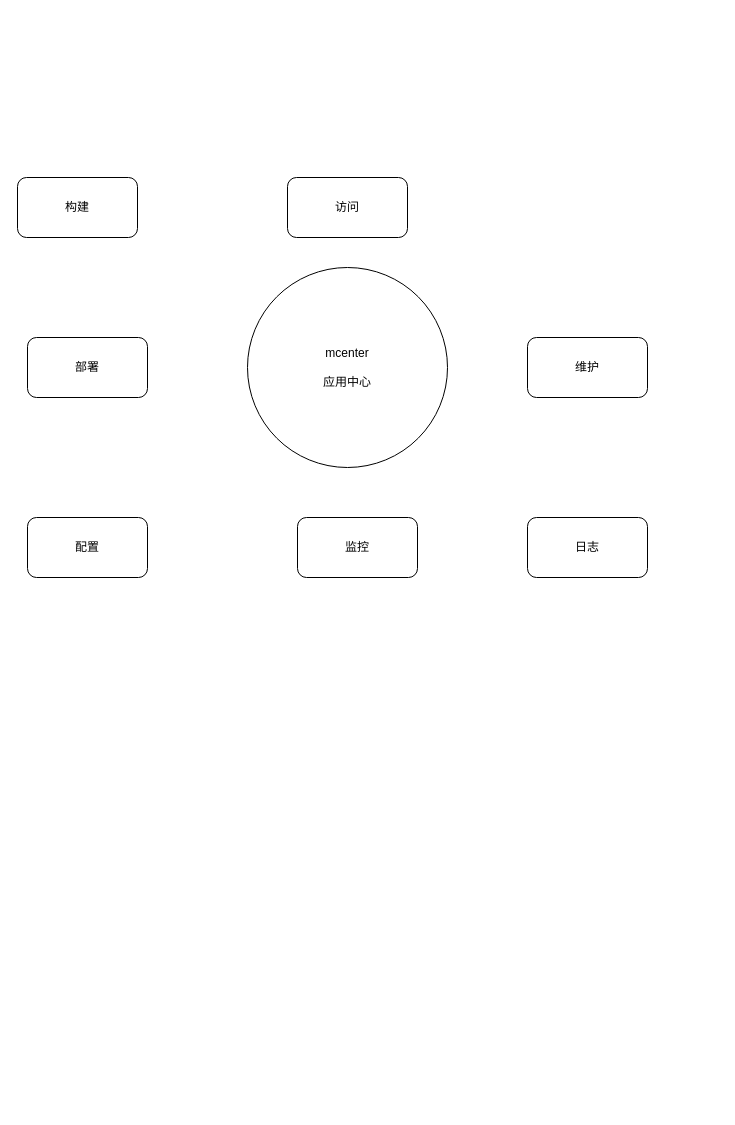
The draw.io diagram docs/design.drawio in infraboard/mpaas, before the edit. Source tidied: cells renumbered, new cells numbered last; positions are measured from the earlier drawing's top-left corner, leaving out a move shared by most shapes. Both pictures are drawn from the tidied source at 100%, with x=0, y=0 at pixel (17, 177).
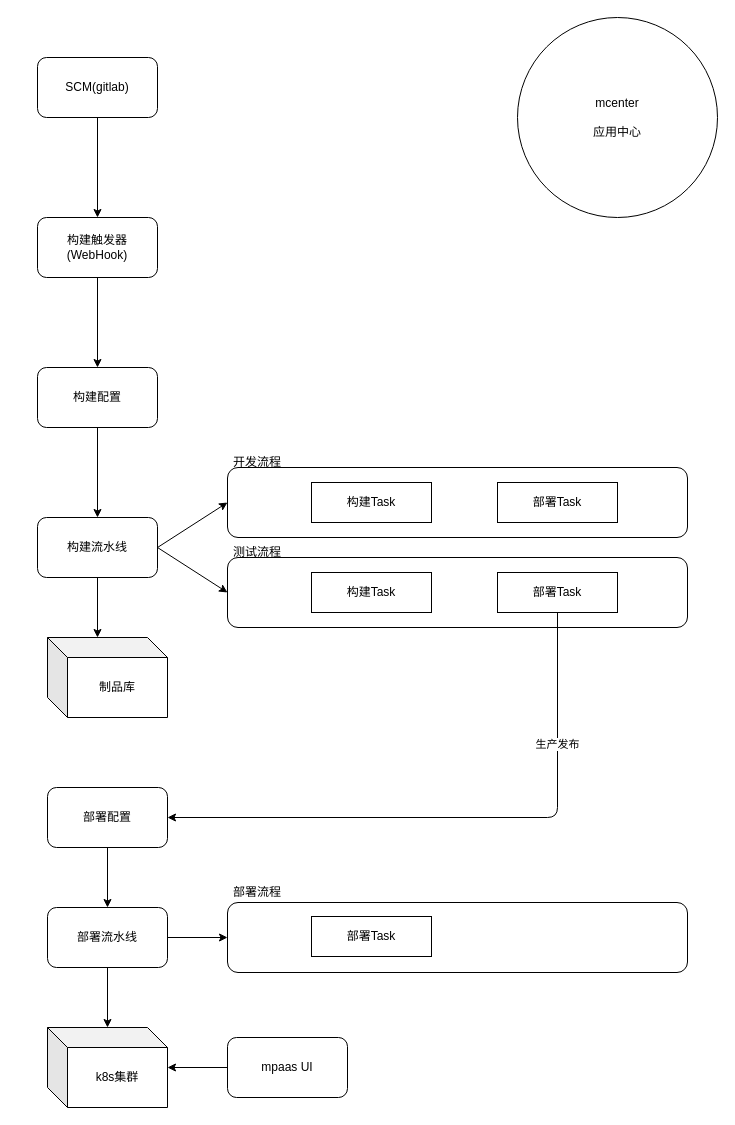
Above is the later version.

Diff of the diagram source:
```diff
@@
     <mxCell id="2" value="mcenter&lt;br&gt;&lt;br&gt;应用中心" style="ellipse;whiteSpace=wrap;html=1;" parent="1" vertex="1">
-      <mxGeometry x="230" y="90" width="200" height="200" as="geometry" />
+      <mxGeometry x="500" y="-160" width="200" height="200" as="geometry" />
     </mxCell>
-    <mxCell id="3" value="部署" style="rounded=1;whiteSpace=wrap;html=1;" parent="1" vertex="1">
-      <mxGeometry x="10" y="160" width="120" height="60" as="geometry" />
-    </mxCell>
+    <mxCell id="10" style="edgeStyle=none;html=1;exitX=0.5;exitY=1;exitDx=0;exitDy=0;entryX=0.5;entryY=0;entryDx=0;entryDy=0;" parent="1" edge="1" source="4" target="5">
+      <mxGeometry relative="1" as="geometry" />
+    </mxCell>
-    <mxCell id="4" value="配置" style="rounded=1;whiteSpace=wrap;html=1;" parent="1" vertex="1">
-      <mxGeometry x="10" y="340" width="120" height="60" as="geometry" />
+    <mxCell id="4" value="构建触发器(WebHook)" style="rounded=1;whiteSpace=wrap;html=1;" parent="1" vertex="1">
+      <mxGeometry x="20" y="40" width="120" height="60" as="geometry" />
     </mxCell>
+    <mxCell id="11" style="edgeStyle=orthogonalEdgeStyle;html=1;exitX=0.5;exitY=1;exitDx=0;exitDy=0;" parent="1" edge="1" source="5" target="15">
+      <mxGeometry relative="1" as="geometry" />
+    </mxCell>
-    <mxCell id="5" value="构建" style="rounded=1;whiteSpace=wrap;html=1;" parent="1" vertex="1">
-      <mxGeometry width="120" height="60" as="geometry" />
+    <mxCell id="5" value="构建配置" style="rounded=1;whiteSpace=wrap;html=1;" parent="1" vertex="1">
+      <mxGeometry x="20" y="190" width="120" height="60" as="geometry" />
     </mxCell>
-    <mxCell id="6" value="监控" style="rounded=1;whiteSpace=wrap;html=1;" parent="1" vertex="1">
-      <mxGeometry x="280" y="340" width="120" height="60" as="geometry" />
-    </mxCell>
+    <mxCell id="9" style="edgeStyle=none;html=1;exitX=0.5;exitY=1;exitDx=0;exitDy=0;entryX=0.5;entryY=0;entryDx=0;entryDy=0;" parent="1" edge="1" source="7" target="4">
+      <mxGeometry relative="1" as="geometry" />
+    </mxCell>
-    <mxCell id="7" value="访问" style="rounded=1;whiteSpace=wrap;html=1;" parent="1" vertex="1">
-      <mxGeometry x="270" width="120" height="60" as="geometry" />
+    <mxCell id="7" value="SCM(gitlab)" style="rounded=1;whiteSpace=wrap;html=1;" parent="1" vertex="1">
+      <mxGeometry x="20" y="-120" width="120" height="60" as="geometry" />
     </mxCell>
-    <mxCell id="8" value="日志" style="rounded=1;whiteSpace=wrap;html=1;" parent="1" vertex="1">
-      <mxGeometry x="510" y="340" width="120" height="60" as="geometry" />
-    </mxCell>
-    <mxCell id="9" value="维护" style="rounded=1;whiteSpace=wrap;html=1;" parent="1" vertex="1">
-      <mxGeometry x="510" y="160" width="120" height="60" as="geometry" />
-    </mxCell>
+    <mxCell id="12" style="edgeStyle=orthogonalEdgeStyle;html=1;exitX=0.5;exitY=1;exitDx=0;exitDy=0;entryX=0;entryY=0;entryDx=50;entryDy=0;entryPerimeter=0;" parent="1" edge="1" source="15" target="26">
+      <mxGeometry relative="1" as="geometry" />
+    </mxCell>
+    <mxCell id="13" style="edgeStyle=none;html=1;exitX=1;exitY=0.5;exitDx=0;exitDy=0;entryX=0;entryY=0.5;entryDx=0;entryDy=0;" parent="1" edge="1" source="15" target="16">
+      <mxGeometry relative="1" as="geometry" />
+    </mxCell>
+    <mxCell id="14" style="edgeStyle=none;html=1;exitX=1;exitY=0.5;exitDx=0;exitDy=0;entryX=0;entryY=0.5;entryDx=0;entryDy=0;" parent="1" edge="1" source="15" target="19">
+      <mxGeometry relative="1" as="geometry" />
+    </mxCell>
+    <mxCell id="15" value="构建流水线" style="rounded=1;whiteSpace=wrap;html=1;" parent="1" vertex="1">
+      <mxGeometry x="20" y="340" width="120" height="60" as="geometry" />
+    </mxCell>
+    <mxCell id="16" style="rounded=1;whiteSpace=wrap;html=1;" parent="1" vertex="1">
+      <mxGeometry x="210" y="290" width="460" height="70" as="geometry" />
+    </mxCell>
+    <mxCell id="17" value="构建Task" style="rounded=0;whiteSpace=wrap;html=1;" parent="1" vertex="1">
+      <mxGeometry x="294" y="305" width="120" height="40" as="geometry" />
+    </mxCell>
+    <mxCell id="18" value="部署Task" style="rounded=0;whiteSpace=wrap;html=1;" parent="1" vertex="1">
+      <mxGeometry x="480" y="305" width="120" height="40" as="geometry" />
+    </mxCell>
+    <mxCell id="19" style="rounded=1;whiteSpace=wrap;html=1;" parent="1" vertex="1">
+      <mxGeometry x="210" y="380" width="460" height="70" as="geometry" />
+    </mxCell>
+    <mxCell id="20" value="构建Task" style="rounded=0;whiteSpace=wrap;html=1;" parent="1" vertex="1">
+      <mxGeometry x="294" y="395" width="120" height="40" as="geometry" />
+    </mxCell>
+    <mxCell id="21" style="edgeStyle=orthogonalEdgeStyle;html=1;exitX=0.5;exitY=1;exitDx=0;exitDy=0;entryX=1;entryY=0.5;entryDx=0;entryDy=0;" parent="1" edge="1" source="23" target="28">
+      <mxGeometry relative="1" as="geometry" />
+    </mxCell>
+    <mxCell id="22" value="生产发布" style="edgeLabel;html=1;align=center;verticalAlign=middle;" parent="21" vertex="1">
+      <mxGeometry x="-0.56" y="-1" relative="1" as="geometry" />
+    </mxCell>
+    <mxCell id="23" value="部署Task" style="rounded=0;whiteSpace=wrap;html=1;" parent="1" vertex="1">
+      <mxGeometry x="480" y="395" width="120" height="40" as="geometry" />
+    </mxCell>
+    <mxCell id="24" value="开发流程" style="text;html=1;strokeColor=none;fillColor=none;align=center;verticalAlign=middle;whiteSpace=wrap;rounded=0;" parent="1" vertex="1">
+      <mxGeometry x="210" y="270" width="60" height="30" as="geometry" />
+    </mxCell>
+    <mxCell id="25" value="测试流程" style="text;html=1;strokeColor=none;fillColor=none;align=center;verticalAlign=middle;whiteSpace=wrap;rounded=0;" parent="1" vertex="1">
+      <mxGeometry x="210" y="360" width="60" height="30" as="geometry" />
+    </mxCell>
+    <mxCell id="26" value="制品库" style="shape=cube;whiteSpace=wrap;html=1;boundedLbl=1;backgroundOutline=1;darkOpacity=0.05;darkOpacity2=0.1;" parent="1" vertex="1">
+      <mxGeometry x="30" y="460" width="120" height="80" as="geometry" />
+    </mxCell>
+    <mxCell id="27" style="edgeStyle=none;html=1;exitX=0.5;exitY=1;exitDx=0;exitDy=0;entryX=0.5;entryY=0;entryDx=0;entryDy=0;" parent="1" edge="1" source="28" target="31">
+      <mxGeometry relative="1" as="geometry" />
+    </mxCell>
+    <mxCell id="28" value="部署配置" style="rounded=1;whiteSpace=wrap;html=1;" parent="1" vertex="1">
+      <mxGeometry x="30" y="610" width="120" height="60" as="geometry" />
+    </mxCell>
+    <mxCell id="29" style="edgeStyle=none;html=1;exitX=1;exitY=0.5;exitDx=0;exitDy=0;entryX=0;entryY=0.5;entryDx=0;entryDy=0;" parent="1" edge="1" source="31" target="32">
+      <mxGeometry relative="1" as="geometry" />
+    </mxCell>
+    <mxCell id="30" style="edgeStyle=none;html=1;exitX=0.5;exitY=1;exitDx=0;exitDy=0;" parent="1" edge="1" source="31" target="35">
+      <mxGeometry relative="1" as="geometry" />
+    </mxCell>
+    <mxCell id="31" value="部署流水线" style="rounded=1;whiteSpace=wrap;html=1;" parent="1" vertex="1">
+      <mxGeometry x="30" y="730" width="120" height="60" as="geometry" />
+    </mxCell>
+    <mxCell id="32" style="rounded=1;whiteSpace=wrap;html=1;" parent="1" vertex="1">
+      <mxGeometry x="210" y="725" width="460" height="70" as="geometry" />
+    </mxCell>
+    <mxCell id="33" value="部署Task" style="rounded=0;whiteSpace=wrap;html=1;" parent="1" vertex="1">
+      <mxGeometry x="294" y="739" width="120" height="40" as="geometry" />
+    </mxCell>
+    <mxCell id="34" value="部署流程" style="text;html=1;strokeColor=none;fillColor=none;align=center;verticalAlign=middle;whiteSpace=wrap;rounded=0;" parent="1" vertex="1">
+      <mxGeometry x="210" y="700" width="60" height="30" as="geometry" />
+    </mxCell>
+    <mxCell id="35" value="k8s集群" style="shape=cube;whiteSpace=wrap;html=1;boundedLbl=1;backgroundOutline=1;darkOpacity=0.05;darkOpacity2=0.1;" parent="1" vertex="1">
+      <mxGeometry x="30" y="850" width="120" height="80" as="geometry" />
+    </mxCell>
+    <mxCell id="36" style="edgeStyle=none;html=1;exitX=0;exitY=0.5;exitDx=0;exitDy=0;" parent="1" edge="1" source="37" target="35">
+      <mxGeometry relative="1" as="geometry" />
+    </mxCell>
+    <mxCell id="37" value="mpaas UI" style="rounded=1;whiteSpace=wrap;html=1;" parent="1" vertex="1">
+      <mxGeometry x="210" y="860" width="120" height="60" as="geometry" />
+    </mxCell>
```
